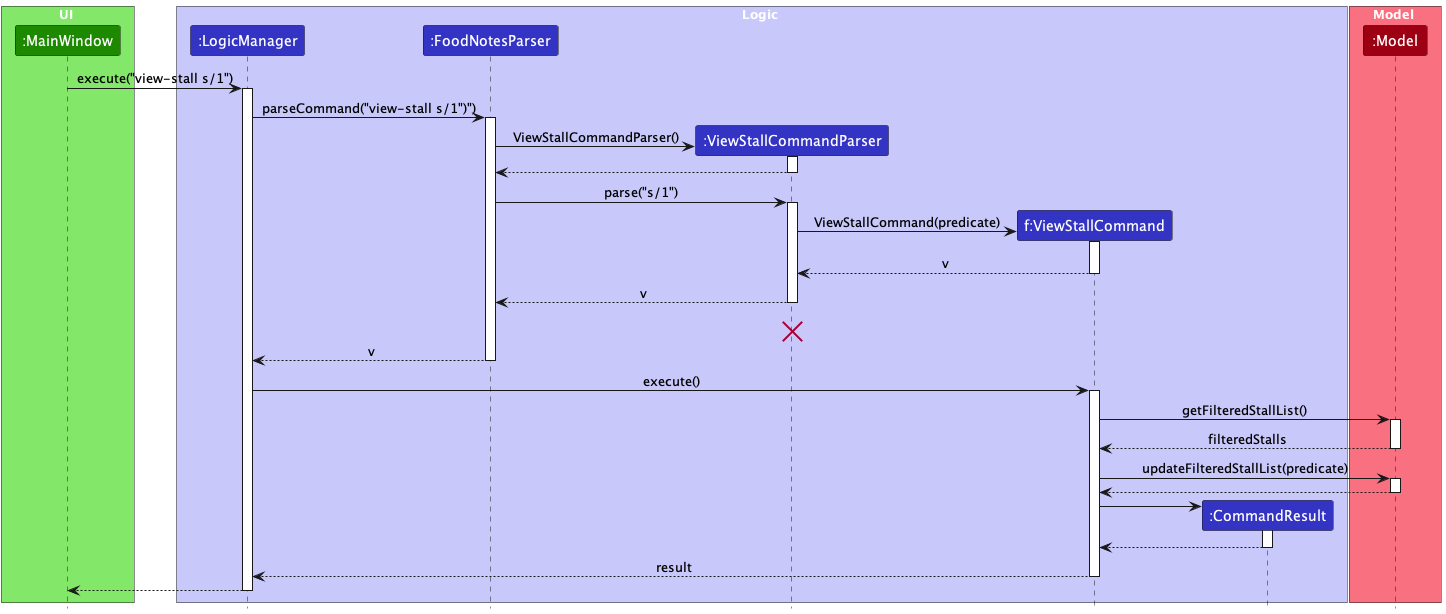
Earlier version of the PlantUML export docs/images/ViewStallDiagram.png (teoks0199/tp). The source it was exported from:
```plantuml
@startuml
!include style.puml
skinparam ArrowFontStyle plain

box UI UI_COLOR_T1
participant ":MainWindow" as MainWindow UI_COLOR
end box

box Logic LOGIC_COLOR_T1
participant ":LogicManager" as LogicManager LOGIC_COLOR
participant ":FoodNotesParser" as FoodNotesParser LOGIC_COLOR
participant ":ViewStallCommandParser" as ViewStallCommandParser LOGIC_COLOR
participant "f:ViewStallCommand" as ViewStallCommand LOGIC_COLOR
participant ":CommandResult" as CommandResult LOGIC_COLOR
end box

box Model MODEL_COLOR_T1
participant ":Model" as Model MODEL_COLOR
end box
MainWindow -> LogicManager : execute("view-stall s/1")
activate LogicManager

LogicManager -> FoodNotesParser : parseCommand("view-stall s/1")")
activate FoodNotesParser

create ViewStallCommandParser
FoodNotesParser -> ViewStallCommandParser :ViewStallCommandParser()
activate ViewStallCommandParser


ViewStallCommandParser --> FoodNotesParser
deactivate ViewStallCommandParser

FoodNotesParser -> ViewStallCommandParser :parse("s/1")
activate ViewStallCommandParser



create ViewStallCommand
ViewStallCommandParser -> ViewStallCommand : ViewStallCommand(predicate)
activate ViewStallCommand
ViewStallCommand --> ViewStallCommandParser : v
deactivate ViewStallCommand

ViewStallCommandParser --> FoodNotesParser: v
deactivate ViewStallCommandParser
ViewStallCommandParser -[hidden]-> FoodNotesParser : result
destroy ViewStallCommandParser

FoodNotesParser --> LogicManager : v
deactivate FoodNotesParser

LogicManager -> ViewStallCommand : execute()
activate ViewStallCommand

ViewStallCommand -> Model : getFilteredStallList()
activate Model
Model --> ViewStallCommand : filteredStalls
deactivate Model



ViewStallCommand -> Model : updateFilteredStallList(predicate)
activate Model

Model --> ViewStallCommand
deactivate Model

create CommandResult
ViewStallCommand -> CommandResult
activate CommandResult

CommandResult --> ViewStallCommand
deactivate CommandResult

ViewStallCommand --> LogicManager : result
deactivate ViewStallCommand


MainWindow <--LogicManager
deactivate LogicManager
@enduml
```
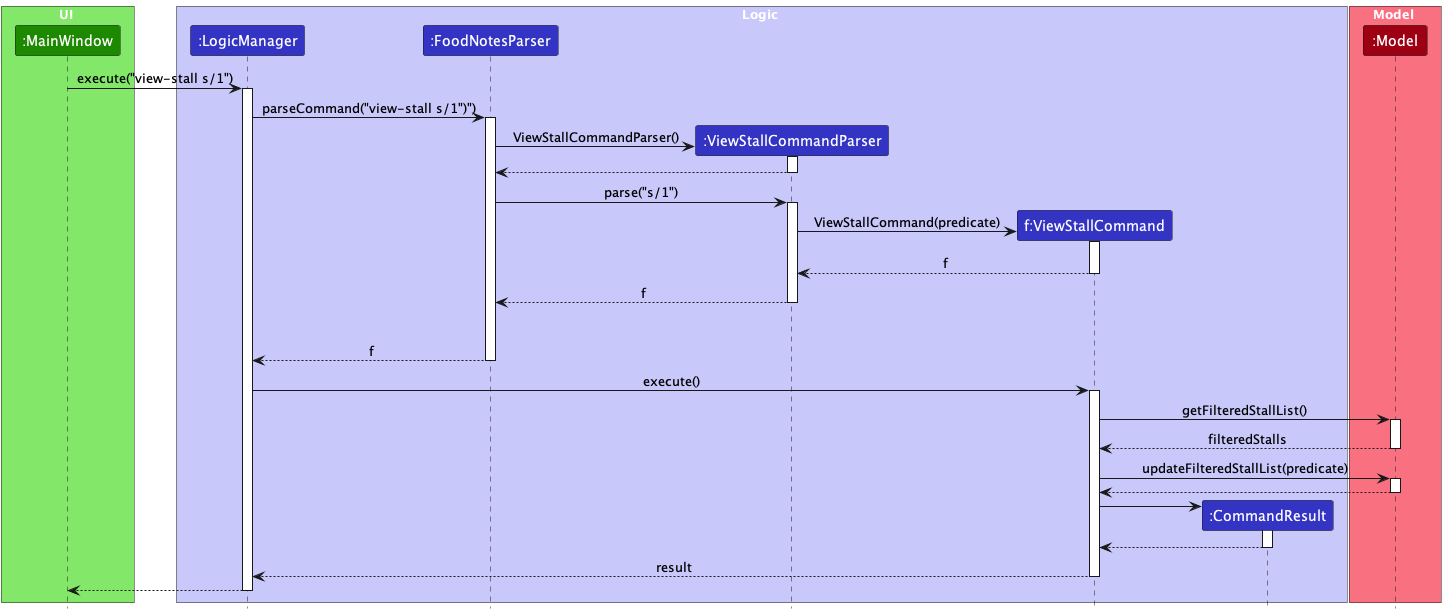
After the change.

The edit, as a diff of the source:
```diff
@@ -39,15 +39,14 @@
 create ViewStallCommand
 ViewStallCommandParser -> ViewStallCommand : ViewStallCommand(predicate)
 activate ViewStallCommand
-ViewStallCommand --> ViewStallCommandParser : v
+ViewStallCommand --> ViewStallCommandParser : f
 deactivate ViewStallCommand
 
-ViewStallCommandParser --> FoodNotesParser: v
+ViewStallCommandParser --> FoodNotesParser: f
 deactivate ViewStallCommandParser
 ViewStallCommandParser -[hidden]-> FoodNotesParser : result
-destroy ViewStallCommandParser
 
-FoodNotesParser --> LogicManager : v
+FoodNotesParser --> LogicManager : f
 deactivate FoodNotesParser
 
 LogicManager -> ViewStallCommand : execute()
```
